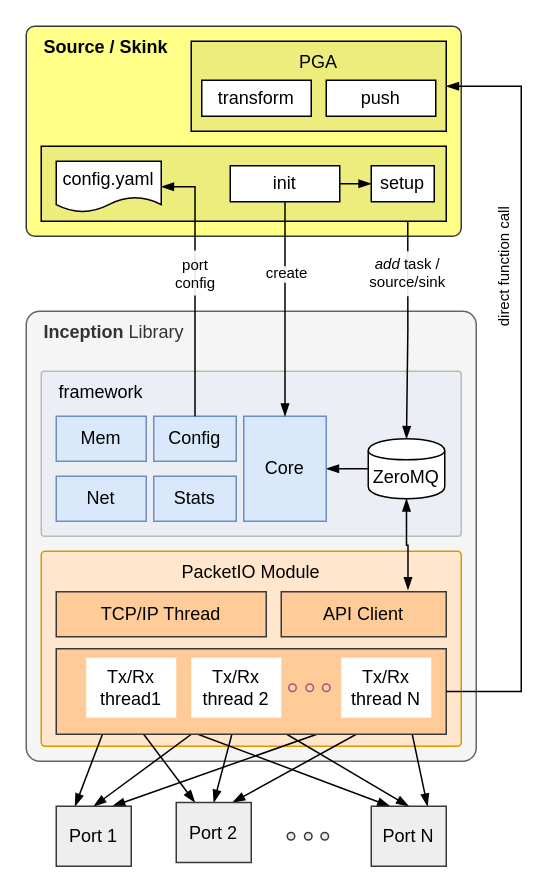
Before: page "Internal API" (2 of 6) of doc/images/block_diagram.drawio in Spirent/openperf, a draw.io diagram. Source tidied: cells renumbered, new cells numbered last; positions are measured from the earlier drawing's top-left corner, leaving out a move shared by most shapes. Both pictures are drawn from the tidied source at 150%, with x=0, y=0 at pixel (26, 26).
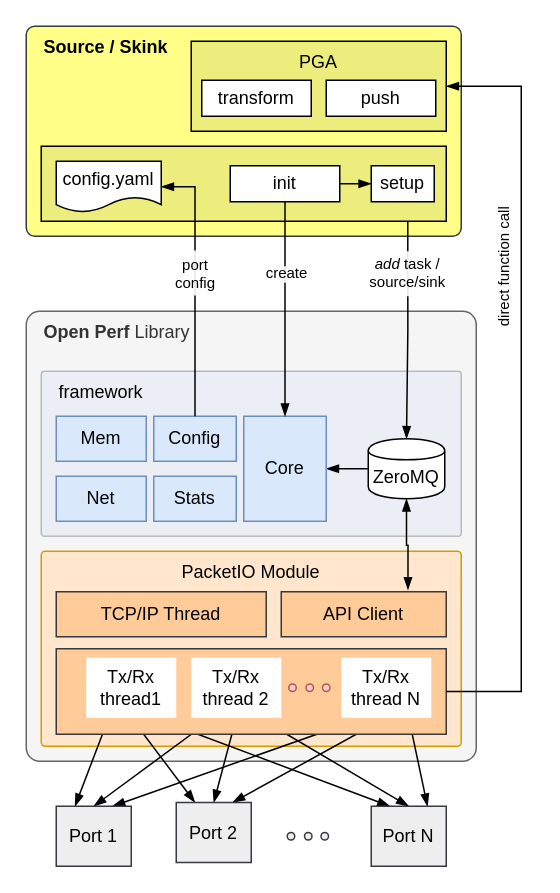
The same diagram, later.

The edit, as a diff of the source:
```diff
@@
-    <mxCell id="2" value="&lt;font&gt;&amp;nbsp; &amp;nbsp;Inception &lt;span style=&quot;font-weight: normal&quot;&gt;Library&lt;/span&gt;&amp;nbsp; &amp;nbsp;&lt;/font&gt;" style="rounded=1;whiteSpace=wrap;html=1;arcSize=3;verticalAlign=top;fontFamily=Avenir Next Condensed;fontStyle=1;fillColor=#f5f5f5;strokeColor=#666666;fontColor=#333333;align=left;" parent="1" vertex="1">
+    <mxCell id="2" value="&lt;font&gt;&amp;nbsp; &amp;nbsp;Open Perf&amp;nbsp;&lt;span style=&quot;font-weight: normal&quot;&gt;Library&lt;/span&gt;&amp;nbsp; &amp;nbsp;&lt;/font&gt;" style="rounded=1;whiteSpace=wrap;html=1;arcSize=3;verticalAlign=top;fontFamily=Avenir Next Condensed;fontStyle=1;fillColor=#f5f5f5;strokeColor=#666666;fontColor=#333333;align=left;" parent="1" vertex="1">
       <mxGeometry y="190" width="300" height="300" as="geometry" />
     </mxCell>
```
